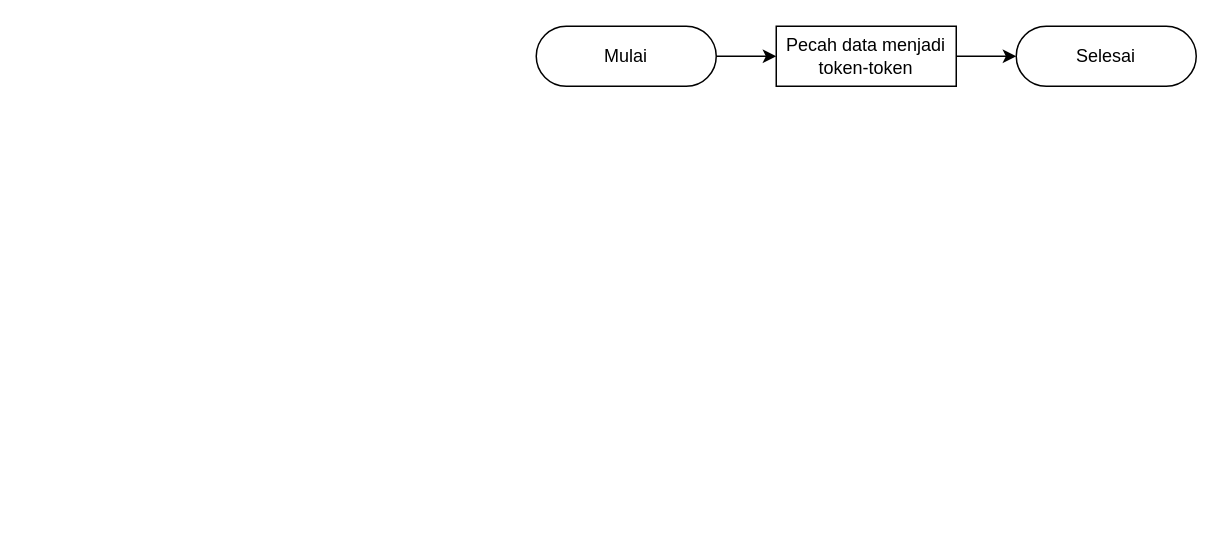
This is page "Tokenization" (5 of 9) of Untitled Diagram.drawio from mksyfla/analysis-sentiment-using-svm, a draw.io file, before an edit. Source tidied: cells renumbered, new cells numbered last; positions are measured from the earlier drawing's top-left corner, leaving out a move shared by most shapes. Both pictures are drawn from the tidied source at 150%, with x=0, y=0 at pixel (536, 26).
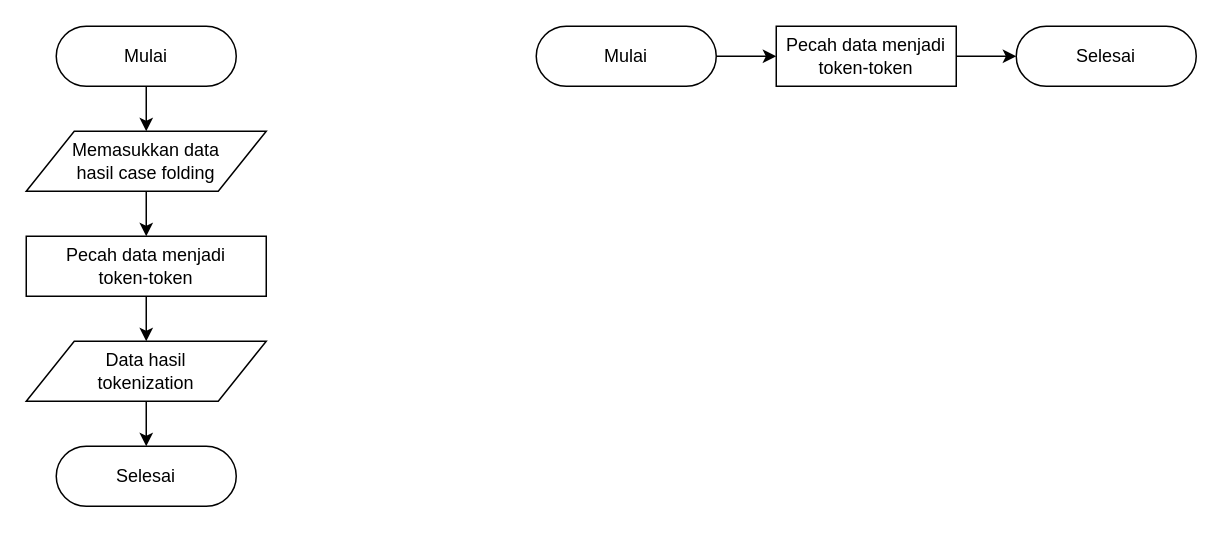
The same page after the edit.

Change to the diagram source:
```diff
@@
 <mxGraphModel>
   <root>
     <mxCell id="0" />
     <mxCell id="1" parent="0" />
     <mxCell id="2" style="edgeStyle=orthogonalEdgeStyle;rounded=0;jettySize=auto;html=1;" parent="1" edge="1" source="3" target="6">
       <mxGeometry relative="1" as="geometry" />
     </mxCell>
     <mxCell id="3" value="Mulai" style="html=1;dashed=0;whiteSpace=wrap;shape=mxgraph.dfd.start;" parent="1" vertex="1">
       <mxGeometry width="120" height="40" as="geometry" />
     </mxCell>
     <mxCell id="4" value="Selesai" style="html=1;dashed=0;whiteSpace=wrap;shape=mxgraph.dfd.start;" parent="1" vertex="1">
       <mxGeometry x="320" width="120" height="40" as="geometry" />
     </mxCell>
     <mxCell id="5" style="edgeStyle=orthogonalEdgeStyle;rounded=0;jettySize=auto;html=1;" parent="1" edge="1" source="6" target="4">
       <mxGeometry relative="1" as="geometry" />
     </mxCell>
     <mxCell id="6" value="&lt;div&gt;Pecah data menjadi&lt;/div&gt;&lt;div&gt;token-token&lt;/div&gt;" style="html=1;dashed=0;whiteSpace=wrap;" parent="1" vertex="1">
       <mxGeometry x="160" width="120" height="40" as="geometry" />
     </mxCell>
+    <mxCell id="7" style="edgeStyle=orthogonalEdgeStyle;rounded=0;jettySize=auto;html=1;" parent="1" edge="1" source="8" target="13">
+      <mxGeometry relative="1" as="geometry" />
+    </mxCell>
+    <mxCell id="8" value="Mulai" style="html=1;dashed=0;whiteSpace=wrap;shape=mxgraph.dfd.start;" parent="1" vertex="1">
+      <mxGeometry x="-320" width="120" height="40" as="geometry" />
+    </mxCell>
+    <mxCell id="9" value="Selesai" style="html=1;dashed=0;whiteSpace=wrap;shape=mxgraph.dfd.start;" parent="1" vertex="1">
+      <mxGeometry x="-320" y="280" width="120" height="40" as="geometry" />
+    </mxCell>
+    <mxCell id="10" style="edgeStyle=orthogonalEdgeStyle;rounded=0;jettySize=auto;html=1;" parent="1" edge="1" source="11" target="15">
+      <mxGeometry relative="1" as="geometry" />
+    </mxCell>
+    <mxCell id="11" value="&lt;div&gt;Pecah data menjadi&lt;/div&gt;&lt;div&gt;token-token&lt;/div&gt;" style="html=1;dashed=0;whiteSpace=wrap;" parent="1" vertex="1">
+      <mxGeometry x="-340" y="140" width="160" height="40" as="geometry" />
+    </mxCell>
+    <mxCell id="12" style="edgeStyle=orthogonalEdgeStyle;rounded=0;jettySize=auto;html=1;" parent="1" edge="1" source="13" target="11">
+      <mxGeometry relative="1" as="geometry" />
+    </mxCell>
+    <mxCell id="13" value="&lt;div&gt;Memasukkan data&lt;/div&gt;&lt;div&gt;hasil case folding&lt;/div&gt;" style="shape=parallelogram;perimeter=parallelogramPerimeter;whiteSpace=wrap;html=1;dashed=0;" parent="1" vertex="1">
+      <mxGeometry x="-340" y="70" width="160" height="40" as="geometry" />
+    </mxCell>
+    <mxCell id="14" style="edgeStyle=orthogonalEdgeStyle;rounded=0;jettySize=auto;html=1;" parent="1" edge="1" source="15" target="9">
+      <mxGeometry relative="1" as="geometry" />
+    </mxCell>
+    <mxCell id="15" value="&lt;div&gt;Data hasil&lt;/div&gt;&lt;div&gt;tokenization&lt;/div&gt;" style="shape=parallelogram;perimeter=parallelogramPerimeter;whiteSpace=wrap;html=1;dashed=0;" parent="1" vertex="1">
+      <mxGeometry x="-340" y="210" width="160" height="40" as="geometry" />
+    </mxCell>
   </root>
 </mxGraphModel>
```
